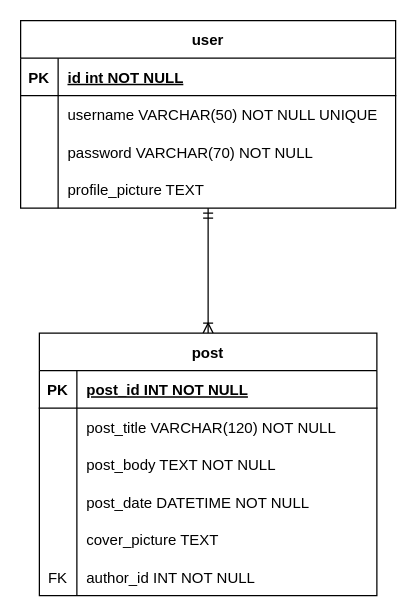
This is design/erd_blog.drawio from Esteb4nx/BlogSpring, a draw.io file, before an edit. Source tidied: cells renumbered, new cells numbered last; positions are measured from the earlier drawing's top-left corner, leaving out a move shared by most shapes. Both pictures are drawn from the tidied source at 125%, with x=0, y=0 at pixel (20, 20).
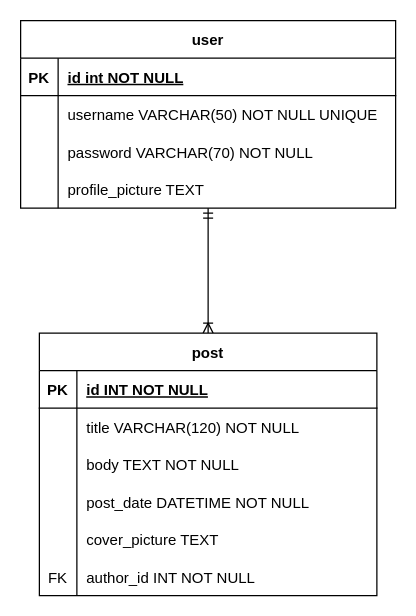
The same page after the edit.

Unchanged cells that the change refers to:
```xml
<mxCell id="17" style="shape=partialRectangle;fillColor=none;top=0;left=0;bottom=1;right=0;" parent="16" vertex="1">
  <mxGeometry y="30" width="270" height="30" as="geometry" />
</mxCell>
<mxCell id="20" style="shape=partialRectangle;fillColor=none;top=0;left=0;bottom=0;right=0;" parent="16" vertex="1">
  <mxGeometry y="60" width="270" height="30" as="geometry" />
</mxCell>
<mxCell id="23" style="shape=partialRectangle;fillColor=none;top=0;left=0;bottom=0;right=0;" parent="16" vertex="1">
  <mxGeometry y="90" width="270" height="30" as="geometry" />
</mxCell>
```

Diff of the diagram source:
```diff
@@
-    <mxCell id="19" value="post_id INT NOT NULL" style="shape=partialRectangle;fillColor=none;top=0;left=0;bottom=0;right=0;align=left;spacingLeft=6;fontStyle=5;overflow=hidden;" parent="17" vertex="1">
+    <mxCell id="19" value="id INT NOT NULL" style="shape=partialRectangle;fillColor=none;top=0;left=0;bottom=0;right=0;align=left;spacingLeft=6;fontStyle=5;overflow=hidden;" parent="17" vertex="1">
       <mxGeometry x="30" width="240" height="30" as="geometry" />
     </mxCell>
@@
-    <mxCell id="22" value="post_title VARCHAR(120) NOT NULL" style="shape=partialRectangle;fillColor=none;top=0;left=0;bottom=0;right=0;align=left;spacingLeft=6;overflow=hidden;" parent="20" vertex="1">
+    <mxCell id="22" value="title VARCHAR(120) NOT NULL" style="shape=partialRectangle;fillColor=none;top=0;left=0;bottom=0;right=0;align=left;spacingLeft=6;overflow=hidden;" parent="20" vertex="1">
       <mxGeometry x="30" width="240" height="30" as="geometry" />
     </mxCell>
@@
-    <mxCell id="25" value="post_body TEXT NOT NULL" style="shape=partialRectangle;fillColor=none;top=0;left=0;bottom=0;right=0;align=left;spacingLeft=6;overflow=hidden;" parent="23" vertex="1">
+    <mxCell id="25" value="body TEXT NOT NULL" style="shape=partialRectangle;fillColor=none;top=0;left=0;bottom=0;right=0;align=left;spacingLeft=6;overflow=hidden;" parent="23" vertex="1">
       <mxGeometry x="30" width="240" height="30" as="geometry" />
     </mxCell>
```
